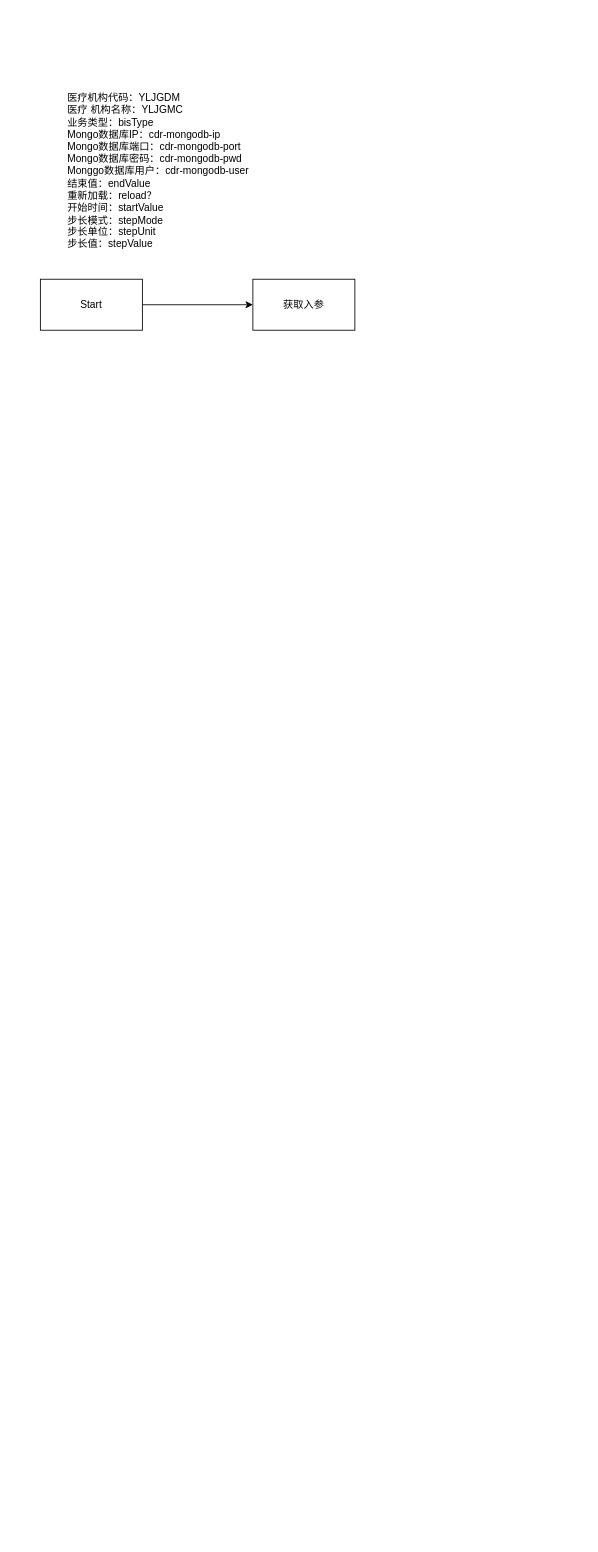
Earlier version of the draw.io diagram source/数据采集笔记.drawio (SmileCJX/processon). Source tidied: cells renumbered, new cells numbered last; positions are measured from the earlier drawing's top-left corner, leaving out a move shared by most shapes. Both pictures are drawn from the tidied source at 85%, with x=0, y=0 at pixel (40, 66).
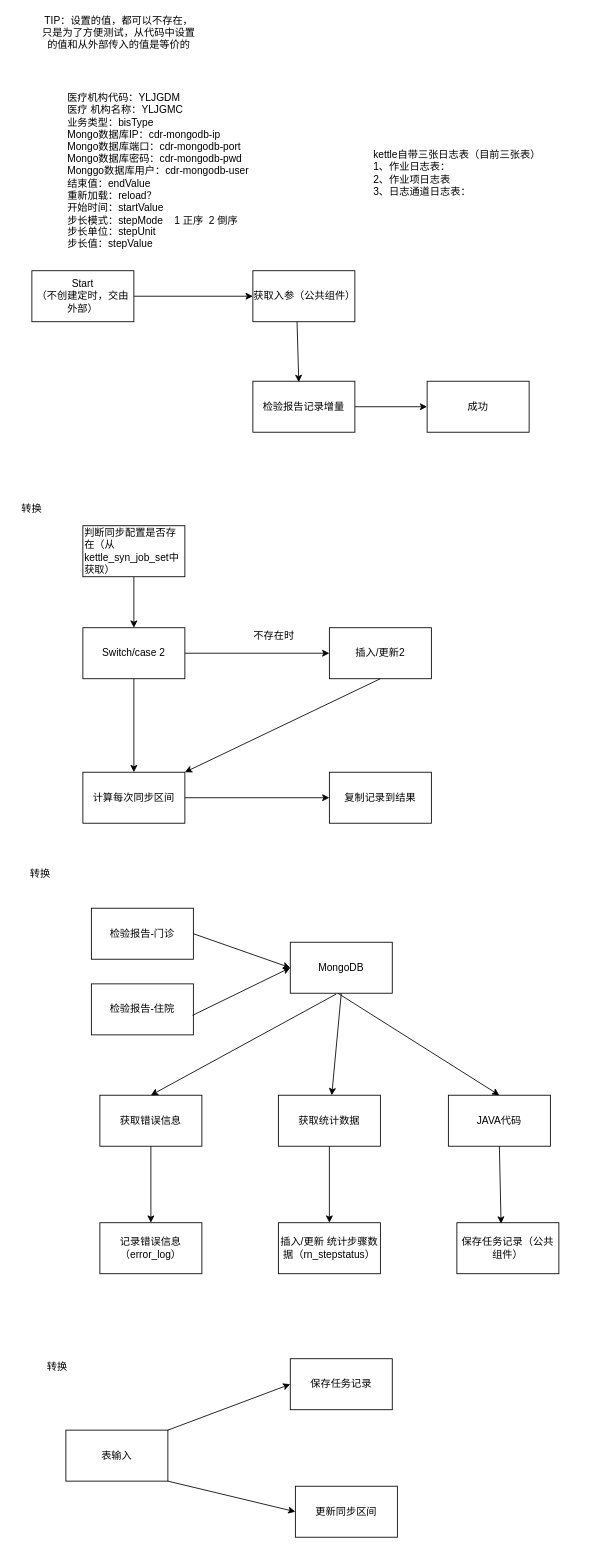
The same page after the edit.

Commit message (it also covers changes not shown here):
更新数据采集笔记.drawio

Diff of the diagram source:
```diff
@@
-    <mxCell id="3" value="Start" style="rounded=0;whiteSpace=wrap;html=1;" parent="1" vertex="1">
-      <mxGeometry y="250" width="120" height="60" as="geometry" />
+    <mxCell id="3" value="Start&lt;br&gt;（不创建定时，交由外部）" style="rounded=0;whiteSpace=wrap;html=1;" parent="1" vertex="1">
+      <mxGeometry x="-10" y="240" width="120" height="60" as="geometry" />
     </mxCell>
-    <mxCell id="4" value="获取入参" style="rounded=0;whiteSpace=wrap;html=1;" parent="1" vertex="1">
-      <mxGeometry x="250" y="250" width="120" height="60" as="geometry" />
+    <mxCell id="4" value="获取入参（公共组件）" style="rounded=0;whiteSpace=wrap;html=1;" parent="1" vertex="1">
+      <mxGeometry x="250" y="240" width="120" height="60" as="geometry" />
     </mxCell>
-    <mxCell id="5" value="医疗机构代码：YLJGDM&lt;br&gt;医疗 机构名称：YLJGMC&lt;br&gt;业务类型：bisType&lt;br&gt;Mongo数据库IP：cdr-mongodb-ip&lt;br&gt;Mongo数据库端口：cdr-mongodb-port&lt;br&gt;Mongo数据库密码：cdr-mongodb-pwd&lt;br&gt;&lt;div&gt;&lt;span&gt;Monggo数据库用户：cdr-mongodb-user&lt;/span&gt;&lt;/div&gt;&lt;div&gt;结束值：endValue&lt;/div&gt;&lt;div&gt;重新加载：reload？&lt;/div&gt;&lt;div&gt;开始时间：startValue&lt;/div&gt;&lt;div&gt;步长模式：stepMode&lt;/div&gt;&lt;div&gt;步长单位：stepUnit&lt;/div&gt;&lt;div&gt;步长值：stepValue&lt;/div&gt;&lt;div&gt;&lt;br&gt;&lt;/div&gt;" style="text;html=1;strokeColor=none;fillColor=none;align=left;verticalAlign=middle;whiteSpace=wrap;rounded=0;" parent="1" vertex="1">
+    <mxCell id="5" value="医疗机构代码：YLJGDM&lt;br&gt;医疗 机构名称：YLJGMC&lt;br&gt;业务类型：bisType&lt;br&gt;Mongo数据库IP：cdr-mongodb-ip&lt;br&gt;Mongo数据库端口：cdr-mongodb-port&lt;br&gt;Mongo数据库密码：cdr-mongodb-pwd&lt;br&gt;&lt;div&gt;&lt;span&gt;Monggo数据库用户：cdr-mongodb-user&lt;/span&gt;&lt;/div&gt;&lt;div&gt;结束值：endValue&lt;/div&gt;&lt;div&gt;重新加载：reload？&lt;/div&gt;&lt;div&gt;开始时间：startValue&lt;/div&gt;&lt;div&gt;步长模式：stepMode&amp;nbsp; &amp;nbsp; 1 正序&amp;nbsp; 2 倒序&lt;/div&gt;&lt;div&gt;步长单位：stepUnit&lt;/div&gt;&lt;div&gt;步长值：stepValue&lt;/div&gt;&lt;div&gt;&lt;br&gt;&lt;/div&gt;" style="text;html=1;strokeColor=none;fillColor=none;align=left;verticalAlign=middle;whiteSpace=wrap;rounded=0;" parent="1" vertex="1">
       <mxGeometry x="30" width="260" height="260" as="geometry" />
     </mxCell>
+    <mxCell id="6" value="kettle自带三张日志表（目前三张表）&lt;br&gt;&lt;div&gt;&lt;span&gt;1、作业日志表：&lt;/span&gt;&lt;/div&gt;&lt;div&gt;&lt;span&gt;2、作业项日志表&lt;/span&gt;&lt;/div&gt;&lt;div&gt;&lt;span&gt;3、日志通道日志表：&lt;/span&gt;&lt;/div&gt;" style="text;html=1;strokeColor=none;fillColor=none;align=left;verticalAlign=middle;whiteSpace=wrap;rounded=0;" parent="1" vertex="1">
+      <mxGeometry x="390" y="30" width="250" height="190" as="geometry" />
+    </mxCell>
+    <mxCell id="7" value="转换" style="text;html=1;strokeColor=none;fillColor=none;align=center;verticalAlign=middle;whiteSpace=wrap;rounded=0;" parent="1" vertex="1">
+      <mxGeometry x="-30" y="510" width="40" height="20" as="geometry" />
+    </mxCell>
+    <mxCell id="8" style="edgeStyle=orthogonalEdgeStyle;rounded=0;jettySize=auto;html=1;entryX=0.5;entryY=0;entryDx=0;entryDy=0;" parent="1" edge="1" source="9" target="12">
+      <mxGeometry relative="1" as="geometry" />
+    </mxCell>
+    <mxCell id="9" value="判断同步配置是否存在（从kettle_syn_job_set中获取）" style="rounded=0;whiteSpace=wrap;html=1;align=left;" parent="1" vertex="1">
+      <mxGeometry x="50" y="540" width="120" height="60" as="geometry" />
+    </mxCell>
+    <mxCell id="10" style="edgeStyle=orthogonalEdgeStyle;rounded=0;jettySize=auto;html=1;entryX=0;entryY=0.5;entryDx=0;entryDy=0;" parent="1" edge="1" source="12" target="13">
+      <mxGeometry relative="1" as="geometry" />
+    </mxCell>
+    <mxCell id="11" style="edgeStyle=orthogonalEdgeStyle;rounded=0;jettySize=auto;html=1;" parent="1" edge="1" source="12" target="16">
+      <mxGeometry relative="1" as="geometry" />
+    </mxCell>
+    <mxCell id="12" value="Switch/case 2" style="rounded=0;whiteSpace=wrap;html=1;align=center;" parent="1" vertex="1">
+      <mxGeometry x="50" y="660" width="120" height="60" as="geometry" />
+    </mxCell>
+    <mxCell id="13" value="插入/更新2" style="rounded=0;whiteSpace=wrap;html=1;align=center;" parent="1" vertex="1">
+      <mxGeometry x="340" y="660" width="120" height="60" as="geometry" />
+    </mxCell>
+    <mxCell id="14" value="不存在时" style="text;html=1;strokeColor=none;fillColor=none;align=center;verticalAlign=middle;whiteSpace=wrap;rounded=0;" parent="1" vertex="1">
+      <mxGeometry x="240" y="660" width="70" height="20" as="geometry" />
+    </mxCell>
+    <mxCell id="15" style="edgeStyle=orthogonalEdgeStyle;rounded=0;jettySize=auto;html=1;entryX=0;entryY=0.5;entryDx=0;entryDy=0;" parent="1" edge="1" source="16" target="17">
+      <mxGeometry relative="1" as="geometry" />
+    </mxCell>
+    <mxCell id="16" value="计算每次同步区间" style="rounded=0;whiteSpace=wrap;html=1;align=center;" parent="1" vertex="1">
+      <mxGeometry x="50" y="830" width="120" height="60" as="geometry" />
+    </mxCell>
+    <mxCell id="17" value="复制记录到结果" style="rounded=0;whiteSpace=wrap;html=1;align=center;" parent="1" vertex="1">
+      <mxGeometry x="340" y="830" width="120" height="60" as="geometry" />
+    </mxCell>
+    <mxCell id="18" style="endArrow=classic;html=1;entryX=1;entryY=0;entryDx=0;entryDy=0;exitX=0.5;exitY=1;exitDx=0;exitDy=0;" parent="1" edge="1" source="13" target="16">
+      <mxGeometry relative="1" as="geometry" />
+    </mxCell>
+    <mxCell id="19" style="edgeStyle=orthogonalEdgeStyle;rounded=0;jettySize=auto;html=1;entryX=0;entryY=0.5;entryDx=0;entryDy=0;" parent="1" edge="1" source="20" target="22">
+      <mxGeometry relative="1" as="geometry" />
+    </mxCell>
+    <mxCell id="20" value="检验报告记录增量" style="rounded=0;whiteSpace=wrap;html=1;align=center;" parent="1" vertex="1">
+      <mxGeometry x="250" y="370" width="120" height="60" as="geometry" />
+    </mxCell>
+    <mxCell id="21" style="endArrow=classic;html=1;exitX=0.433;exitY=1;exitDx=0;exitDy=0;exitPerimeter=0;entryX=0.45;entryY=0.017;entryDx=0;entryDy=0;entryPerimeter=0;" parent="1" edge="1" source="4" target="20">
+      <mxGeometry relative="1" as="geometry" />
+    </mxCell>
+    <mxCell id="22" value="成功" style="rounded=0;whiteSpace=wrap;html=1;align=center;" parent="1" vertex="1">
+      <mxGeometry x="455" y="370" width="120" height="60" as="geometry" />
+    </mxCell>
+    <mxCell id="23" value="转换" style="text;html=1;strokeColor=none;fillColor=none;align=center;verticalAlign=middle;whiteSpace=wrap;rounded=0;" parent="1" vertex="1">
+      <mxGeometry x="-20" y="940" width="40" height="20" as="geometry" />
+    </mxCell>
+    <mxCell id="24" value="检验报告-门诊" style="rounded=0;whiteSpace=wrap;html=1;align=center;" parent="1" vertex="1">
+      <mxGeometry x="60" y="990" width="120" height="60" as="geometry" />
+    </mxCell>
+    <mxCell id="25" value="检验报告-住院" style="rounded=0;whiteSpace=wrap;html=1;align=center;" parent="1" vertex="1">
+      <mxGeometry x="60" y="1079" width="120" height="60" as="geometry" />
+    </mxCell>
+    <mxCell id="26" value="MongoDB" style="rounded=0;whiteSpace=wrap;html=1;align=center;" parent="1" vertex="1">
+      <mxGeometry x="294" y="1030" width="120" height="60" as="geometry" />
+    </mxCell>
+    <mxCell id="27" style="endArrow=classic;html=1;exitX=1;exitY=0.5;exitDx=0;exitDy=0;entryX=0;entryY=0.5;entryDx=0;entryDy=0;" parent="1" edge="1" source="24" target="26">
+      <mxGeometry relative="1" as="geometry" />
+    </mxCell>
+    <mxCell id="28" style="endArrow=classic;html=1;exitX=0.992;exitY=0.617;exitDx=0;exitDy=0;entryX=0;entryY=0.5;entryDx=0;entryDy=0;exitPerimeter=0;" parent="1" edge="1" source="25" target="26">
+      <mxGeometry relative="1" as="geometry" />
+    </mxCell>
+    <mxCell id="29" value="获取错误信息" style="rounded=0;whiteSpace=wrap;html=1;align=center;" parent="1" vertex="1">
+      <mxGeometry x="70" y="1210" width="120" height="60" as="geometry" />
+    </mxCell>
+    <mxCell id="30" style="endArrow=classic;html=1;entryX=0.5;entryY=0;entryDx=0;entryDy=0;exitX=0.45;exitY=1.017;exitDx=0;exitDy=0;exitPerimeter=0;" parent="1" edge="1" source="26" target="29">
+      <mxGeometry relative="1" as="geometry" />
+    </mxCell>
+    <mxCell id="31" value="记录错误信息&lt;br&gt;（error_log）" style="rounded=0;whiteSpace=wrap;html=1;align=center;" parent="1" vertex="1">
+      <mxGeometry x="70" y="1360" width="120" height="60" as="geometry" />
+    </mxCell>
+    <mxCell id="32" style="endArrow=classic;html=1;entryX=0.5;entryY=0;entryDx=0;entryDy=0;exitX=0.5;exitY=1;exitDx=0;exitDy=0;" parent="1" edge="1" source="29" target="31">
+      <mxGeometry relative="1" as="geometry" />
+    </mxCell>
+    <mxCell id="33" value="获取统计数据" style="rounded=0;whiteSpace=wrap;html=1;align=center;" parent="1" vertex="1">
+      <mxGeometry x="280" y="1210" width="120" height="60" as="geometry" />
+    </mxCell>
+    <mxCell id="34" value="插入/更新 统计步骤数据（rn_stepstatus）" style="rounded=0;whiteSpace=wrap;html=1;align=center;" parent="1" vertex="1">
+      <mxGeometry x="280" y="1360" width="120" height="60" as="geometry" />
+    </mxCell>
+    <mxCell id="35" style="endArrow=classic;html=1;entryX=0.5;entryY=0;entryDx=0;entryDy=0;exitX=0.5;exitY=1;exitDx=0;exitDy=0;" parent="1" edge="1" source="33" target="34">
+      <mxGeometry relative="1" as="geometry" />
+    </mxCell>
+    <mxCell id="36" style="endArrow=classic;html=1;exitX=0.5;exitY=1;exitDx=0;exitDy=0;" parent="1" edge="1" source="26" target="33">
+      <mxGeometry relative="1" as="geometry" />
+    </mxCell>
+    <mxCell id="37" value="JAVA代码" style="rounded=0;whiteSpace=wrap;html=1;align=center;" parent="1" vertex="1">
+      <mxGeometry x="480" y="1210" width="120" height="60" as="geometry" />
+    </mxCell>
+    <mxCell id="38" style="endArrow=classic;html=1;entryX=0.5;entryY=0;entryDx=0;entryDy=0;" parent="1" edge="1" target="37">
+      <mxGeometry relative="1" as="geometry">
+        <mxPoint x="350" y="1090" as="sourcePoint" />
+      </mxGeometry>
+    </mxCell>
+    <mxCell id="39" value="保存任务记录（公共组件）" style="rounded=0;whiteSpace=wrap;html=1;align=center;" parent="1" vertex="1">
+      <mxGeometry x="490" y="1360" width="120" height="60" as="geometry" />
+    </mxCell>
+    <mxCell id="40" style="endArrow=classic;html=1;entryX=0.433;entryY=0.017;entryDx=0;entryDy=0;exitX=0.5;exitY=1;exitDx=0;exitDy=0;entryPerimeter=0;" parent="1" edge="1" source="37" target="39">
+      <mxGeometry relative="1" as="geometry" />
+    </mxCell>
+    <mxCell id="41" value="转换" style="text;html=1;strokeColor=none;fillColor=none;align=center;verticalAlign=middle;whiteSpace=wrap;rounded=0;" parent="1" vertex="1">
+      <mxGeometry y="1520" width="40" height="20" as="geometry" />
+    </mxCell>
+    <mxCell id="42" value="表输入" style="rounded=0;whiteSpace=wrap;html=1;align=center;" parent="1" vertex="1">
+      <mxGeometry x="30" y="1604" width="120" height="60" as="geometry" />
+    </mxCell>
+    <mxCell id="43" value="保存任务记录" style="rounded=0;whiteSpace=wrap;html=1;align=center;" parent="1" vertex="1">
+      <mxGeometry x="294" y="1520" width="120" height="60" as="geometry" />
+    </mxCell>
+    <mxCell id="44" style="endArrow=classic;html=1;exitX=1;exitY=0;exitDx=0;exitDy=0;entryX=0;entryY=0.5;entryDx=0;entryDy=0;" parent="1" edge="1" source="42" target="43">
+      <mxGeometry relative="1" as="geometry" />
+    </mxCell>
+    <mxCell id="45" value="更新同步区间" style="rounded=0;whiteSpace=wrap;html=1;align=center;" parent="1" vertex="1">
+      <mxGeometry x="300" y="1670" width="120" height="60" as="geometry" />
+    </mxCell>
+    <mxCell id="46" style="endArrow=classic;html=1;exitX=1;exitY=1;exitDx=0;exitDy=0;entryX=0;entryY=0.5;entryDx=0;entryDy=0;" parent="1" edge="1" source="42" target="45">
+      <mxGeometry relative="1" as="geometry" />
+    </mxCell>
+    <mxCell id="47" value="TIP：设置的值，都可以不存在，只是为了方便测试，从代码中设置的值和从外部传入的值是等价的" style="text;html=1;strokeColor=none;fillColor=none;align=center;verticalAlign=middle;whiteSpace=wrap;rounded=0;" parent="1" vertex="1">
+      <mxGeometry y="-50" width="185" height="20" as="geometry" />
+    </mxCell>
```
